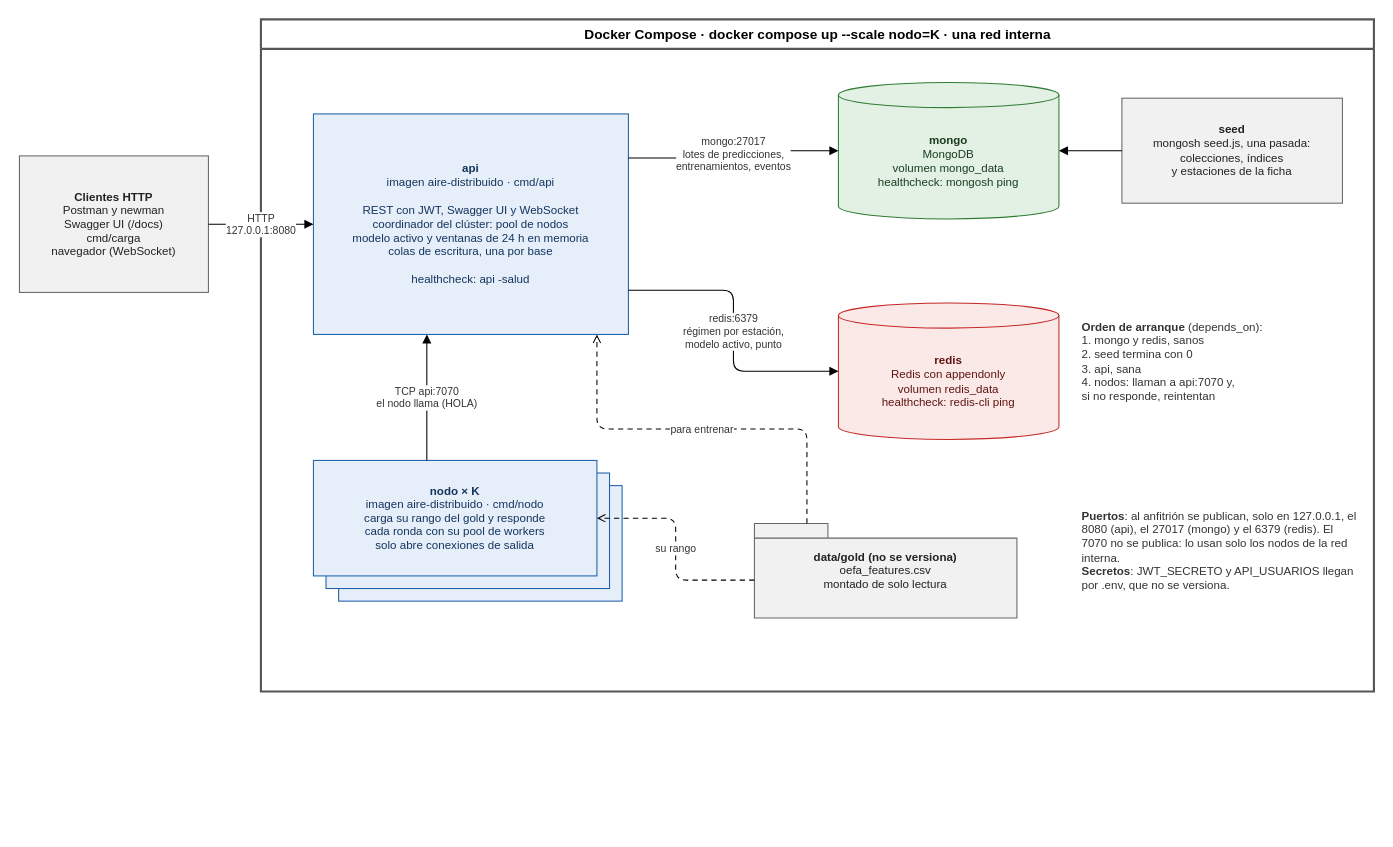
Earlier version of the draw.io diagram docs/diagramas/despliegue.drawio (R0SEWT/aire-distribuido). Source tidied: cells renumbered, new cells numbered last; positions are measured from the earlier drawing's top-left corner, leaving out a move shared by most shapes. Both pictures are drawn from the tidied source at 105%, with x=0, y=0 at pixel (19, 19).
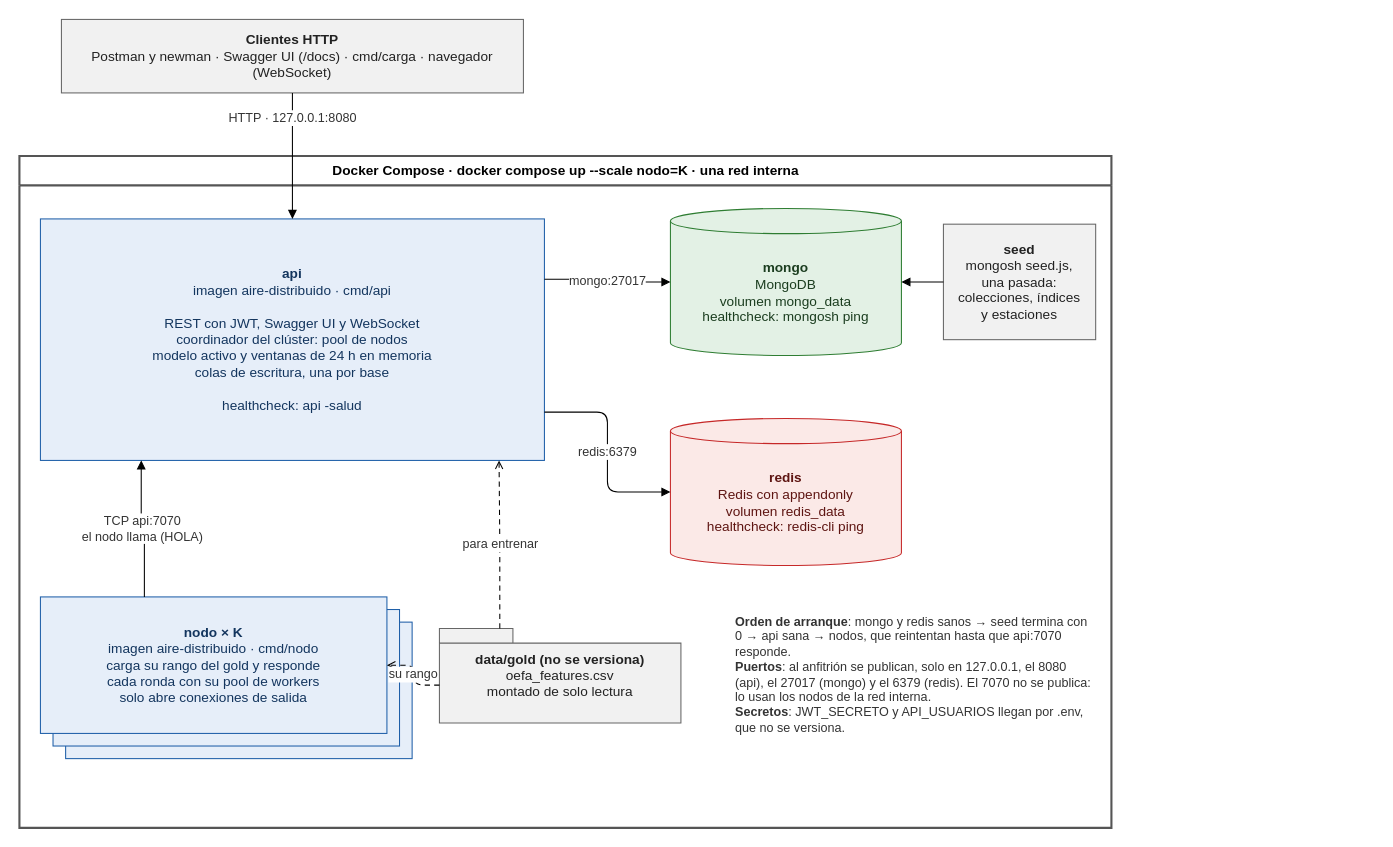
The same page after the edit.

Diff of the diagram source:
```diff
@@
     <mxCell id="2" value="Docker Compose · docker compose up --scale nodo=K · una red interna" style="swimlane;html=1;startSize=28;fontStyle=1;fontSize=13;fillColor=#ffffff;strokeColor=#555555;strokeWidth=2;swimlaneFillColor=#ffffff;" parent="1" vertex="1">
-      <mxGeometry x="230" width="1060" height="640" as="geometry" />
+      <mxGeometry y="130" width="1040" height="640" as="geometry" />
     </mxCell>
-    <mxCell id="3" value="&lt;b&gt;Clientes HTTP&lt;/b&gt;&lt;br&gt;Postman y newman&lt;br&gt;Swagger UI (/docs)&lt;br&gt;cmd/carga&lt;br&gt;navegador (WebSocket)" style="rounded=0;whiteSpace=wrap;html=1;fillColor=#f1f1f1;strokeColor=#666666;fontColor=#222222;fontSize=11;" parent="1" vertex="1">
-      <mxGeometry y="130" width="180" height="130" as="geometry" />
+    <mxCell id="3" value="&lt;b&gt;Clientes HTTP&lt;/b&gt;&lt;br&gt;Postman y newman · Swagger UI (/docs) · cmd/carga · navegador (WebSocket)" style="rounded=0;whiteSpace=wrap;html=1;fillColor=#f1f1f1;strokeColor=#666666;fontColor=#222222;fontSize=13;" parent="1" vertex="1">
+      <mxGeometry x="40" width="440" height="70" as="geometry" />
     </mxCell>
-    <mxCell id="4" value="&lt;b&gt;api&lt;/b&gt;&lt;br&gt;imagen aire-distribuido · cmd/api&lt;br&gt;&lt;br&gt;REST con JWT, Swagger UI y WebSocket&lt;br&gt;coordinador del clúster: pool de nodos&lt;br&gt;modelo activo y ventanas de 24 h en memoria&lt;br&gt;colas de escritura, una por base&lt;br&gt;&lt;br&gt;healthcheck: api -salud" style="rounded=0;whiteSpace=wrap;html=1;fillColor=#e6eef9;strokeColor=#1f5fa8;fontColor=#13355e;fontSize=11;" parent="1" vertex="1">
-      <mxGeometry x="280" y="90" width="300" height="210" as="geometry" />
+    <mxCell id="4" value="&lt;b&gt;api&lt;/b&gt;&lt;br&gt;imagen aire-distribuido · cmd/api&lt;br&gt;&lt;br&gt;REST con JWT, Swagger UI y WebSocket&lt;br&gt;coordinador del clúster: pool de nodos&lt;br&gt;modelo activo y ventanas de 24 h en memoria&lt;br&gt;colas de escritura, una por base&lt;br&gt;&lt;br&gt;healthcheck: api -salud" style="rounded=0;whiteSpace=wrap;html=1;fillColor=#e6eef9;strokeColor=#1f5fa8;fontColor=#13355e;fontSize=13;" parent="1" vertex="1">
+      <mxGeometry x="20" y="190" width="480" height="230" as="geometry" />
     </mxCell>
-    <mxCell id="5" value="&lt;b&gt;&lt;/b&gt;&lt;br&gt;" style="rounded=0;whiteSpace=wrap;html=1;fillColor=#e6eef9;strokeColor=#1f5fa8;fontColor=#13355e;fontSize=11;" parent="1" vertex="1">
-      <mxGeometry x="304" y="444" width="270" height="110" as="geometry" />
+    <mxCell id="5" style="rounded=0;whiteSpace=wrap;html=1;fillColor=#e6eef9;strokeColor=#1f5fa8;fontColor=#13355e;fontSize=13;" parent="1" vertex="1">
+      <mxGeometry x="44" y="574" width="330" height="130" as="geometry" />
     </mxCell>
-    <mxCell id="6" value="&lt;b&gt;&lt;/b&gt;&lt;br&gt;" style="rounded=0;whiteSpace=wrap;html=1;fillColor=#e6eef9;strokeColor=#1f5fa8;fontColor=#13355e;fontSize=11;" parent="1" vertex="1">
-      <mxGeometry x="292" y="432" width="270" height="110" as="geometry" />
+    <mxCell id="6" style="rounded=0;whiteSpace=wrap;html=1;fillColor=#e6eef9;strokeColor=#1f5fa8;fontColor=#13355e;fontSize=13;" parent="1" vertex="1">
+      <mxGeometry x="32" y="562" width="330" height="130" as="geometry" />
     </mxCell>
-    <mxCell id="7" value="&lt;b&gt;nodo × K&lt;/b&gt;&lt;br&gt;imagen aire-distribuido · cmd/nodo&lt;br&gt;carga su rango del gold y responde&lt;br&gt;cada ronda con su pool de workers&lt;br&gt;solo abre conexiones de salida" style="rounded=0;whiteSpace=wrap;html=1;fillColor=#e6eef9;strokeColor=#1f5fa8;fontColor=#13355e;fontSize=11;" parent="1" vertex="1">
-      <mxGeometry x="280" y="420" width="270" height="110" as="geometry" />
+    <mxCell id="7" value="&lt;b&gt;nodo × K&lt;/b&gt;&lt;br&gt;imagen aire-distribuido · cmd/nodo&lt;br&gt;carga su rango del gold y responde&lt;br&gt;cada ronda con su pool de workers&lt;br&gt;solo abre conexiones de salida" style="rounded=0;whiteSpace=wrap;html=1;fillColor=#e6eef9;strokeColor=#1f5fa8;fontColor=#13355e;fontSize=13;" parent="1" vertex="1">
+      <mxGeometry x="20" y="550" width="330" height="130" as="geometry" />
     </mxCell>
-    <mxCell id="8" value="&lt;b&gt;mongo&lt;/b&gt;&lt;br&gt;MongoDB&lt;br&gt;volumen mongo_data&lt;br&gt;healthcheck: mongosh ping" style="shape=cylinder3;boundedLbl=1;backgroundOutline=1;size=12;whiteSpace=wrap;html=1;fillColor=#e3f1e5;strokeColor=#2e7d32;fontColor=#1b3d1f;fontSize=11;" parent="1" vertex="1">
-      <mxGeometry x="780" y="60" width="210" height="130" as="geometry" />
+    <mxCell id="8" value="&lt;b&gt;mongo&lt;/b&gt;&lt;br&gt;MongoDB&lt;br&gt;volumen mongo_data&lt;br&gt;healthcheck: mongosh ping" style="shape=cylinder3;boundedLbl=1;backgroundOutline=1;size=12;whiteSpace=wrap;html=1;fillColor=#e3f1e5;strokeColor=#2e7d32;fontColor=#1b3d1f;fontSize=13;" parent="1" vertex="1">
+      <mxGeometry x="620" y="180" width="220" height="140" as="geometry" />
     </mxCell>
-    <mxCell id="9" value="&lt;b&gt;seed&lt;/b&gt;&lt;br&gt;mongosh seed.js, una pasada:&lt;br&gt;colecciones, índices&lt;br&gt;y estaciones de la ficha" style="rounded=0;whiteSpace=wrap;html=1;fillColor=#f1f1f1;strokeColor=#666666;fontColor=#222222;fontSize=11;" parent="1" vertex="1">
-      <mxGeometry x="1050" y="75" width="210" height="100" as="geometry" />
+    <mxCell id="9" value="&lt;b&gt;seed&lt;/b&gt;&lt;br&gt;mongosh seed.js,&lt;br&gt;una pasada:&lt;br&gt;colecciones, índices&lt;br&gt;y estaciones" style="rounded=0;whiteSpace=wrap;html=1;fillColor=#f1f1f1;strokeColor=#666666;fontColor=#222222;fontSize=13;" parent="1" vertex="1">
+      <mxGeometry x="880" y="195" width="145" height="110" as="geometry" />
     </mxCell>
-    <mxCell id="10" value="&lt;b&gt;redis&lt;/b&gt;&lt;br&gt;Redis con appendonly&lt;br&gt;volumen redis_data&lt;br&gt;healthcheck: redis-cli ping" style="shape=cylinder3;boundedLbl=1;backgroundOutline=1;size=12;whiteSpace=wrap;html=1;fillColor=#fbe9e7;strokeColor=#c62828;fontColor=#5e1512;fontSize=11;" parent="1" vertex="1">
-      <mxGeometry x="780" y="270" width="210" height="130" as="geometry" />
+    <mxCell id="10" value="&lt;b&gt;redis&lt;/b&gt;&lt;br&gt;Redis con appendonly&lt;br&gt;volumen redis_data&lt;br&gt;healthcheck: redis-cli ping" style="shape=cylinder3;boundedLbl=1;backgroundOutline=1;size=12;whiteSpace=wrap;html=1;fillColor=#fbe9e7;strokeColor=#c62828;fontColor=#5e1512;fontSize=13;" parent="1" vertex="1">
+      <mxGeometry x="620" y="380" width="220" height="140" as="geometry" />
     </mxCell>
-    <mxCell id="11" value="&lt;b&gt;data/gold (no se versiona)&lt;/b&gt;&lt;br&gt;oefa_features.csv&lt;br&gt;montado de solo lectura" style="shape=folder;tabWidth=70;tabHeight=14;tabPosition=left;whiteSpace=wrap;html=1;fillColor=#f1f1f1;strokeColor=#666666;fontColor=#222222;fontSize=11;" parent="1" vertex="1">
-      <mxGeometry x="700" y="480" width="250" height="90" as="geometry" />
+    <mxCell id="11" value="&lt;b&gt;data/gold (no se versiona)&lt;/b&gt;&lt;br&gt;oefa_features.csv&lt;br&gt;montado de solo lectura" style="shape=folder;tabWidth=70;tabHeight=14;tabPosition=left;whiteSpace=wrap;html=1;fillColor=#f1f1f1;strokeColor=#666666;fontColor=#222222;fontSize=13;" parent="1" vertex="1">
+      <mxGeometry x="400" y="580" width="230" height="90" as="geometry" />
     </mxCell>
-    <mxCell id="12" value="HTTP&lt;br&gt;127.0.0.1:8080" style="edgeStyle=orthogonalEdgeStyle;rounded=1;html=1;endArrow=block;fontSize=10;fontColor=#333333;labelBackgroundColor=#ffffff;exitX=1;exitY=0.5;entryX=0;entryY=0.5;" parent="1" edge="1" source="3" target="4">
-      <mxGeometry relative="1" as="geometry" />
+    <mxCell id="12" value="HTTP · 127.0.0.1:8080" style="edgeStyle=orthogonalEdgeStyle;rounded=1;html=1;endArrow=block;fontSize=12;fontColor=#333333;labelBackgroundColor=#ffffff;exitX=0.5;exitY=1;entryX=0.5;entryY=0;" parent="1" edge="1" source="3" target="4">
+      <mxGeometry x="-0.6" relative="1" as="geometry" />
     </mxCell>
-    <mxCell id="13" value="TCP api:7070&lt;br&gt;el nodo llama (HOLA)" style="edgeStyle=orthogonalEdgeStyle;rounded=1;html=1;endArrow=block;fontSize=10;fontColor=#333333;labelBackgroundColor=#ffffff;exitX=0.4;exitY=0;entryX=0.36;entryY=1;" parent="1" edge="1" source="7" target="4">
+    <mxCell id="13" value="TCP api:7070&lt;br&gt;el nodo llama (HOLA)" style="edgeStyle=orthogonalEdgeStyle;rounded=1;html=1;endArrow=block;fontSize=12;fontColor=#333333;labelBackgroundColor=#ffffff;exitX=0.3;exitY=0;entryX=0.2;entryY=1;" parent="1" edge="1" source="7" target="4">
       <mxGeometry relative="1" as="geometry" />
     </mxCell>
-    <mxCell id="14" value="mongo:27017&lt;br&gt;lotes de predicciones,&lt;br&gt;entrenamientos, eventos" style="edgeStyle=orthogonalEdgeStyle;rounded=1;html=1;endArrow=block;fontSize=10;fontColor=#333333;labelBackgroundColor=#ffffff;exitX=1;exitY=0.2;entryX=0;entryY=0.5;" parent="1" edge="1" source="4" target="8">
+    <mxCell id="14" value="mongo:27017" style="edgeStyle=orthogonalEdgeStyle;rounded=1;html=1;endArrow=block;fontSize=12;fontColor=#333333;labelBackgroundColor=#ffffff;exitX=1;exitY=0.25;entryX=0;entryY=0.5;" parent="1" edge="1" source="4" target="8">
       <mxGeometry relative="1" as="geometry" />
     </mxCell>
-    <mxCell id="15" value="redis:6379&lt;br&gt;régimen por estación,&lt;br&gt;modelo activo, punto" style="edgeStyle=orthogonalEdgeStyle;rounded=1;html=1;endArrow=block;fontSize=10;fontColor=#333333;labelBackgroundColor=#ffffff;exitX=1;exitY=0.8;entryX=0;entryY=0.5;" parent="1" edge="1" source="4" target="10">
+    <mxCell id="15" value="redis:6379" style="edgeStyle=orthogonalEdgeStyle;rounded=1;html=1;endArrow=block;fontSize=12;fontColor=#333333;labelBackgroundColor=#ffffff;exitX=1;exitY=0.8;entryX=0;entryY=0.5;" parent="1" edge="1" source="4" target="10">
       <mxGeometry relative="1" as="geometry" />
     </mxCell>
-    <mxCell id="16" style="edgeStyle=orthogonalEdgeStyle;rounded=1;html=1;endArrow=block;fontSize=10;fontColor=#333333;labelBackgroundColor=#ffffff;exitX=0;exitY=0.5;entryX=1;entryY=0.5;" parent="1" edge="1" source="9" target="8">
+    <mxCell id="16" style="edgeStyle=orthogonalEdgeStyle;rounded=1;html=1;endArrow=block;fontSize=12;fontColor=#333333;labelBackgroundColor=#ffffff;exitX=0;exitY=0.5;entryX=1;entryY=0.5;" parent="1" edge="1" source="9" target="8">
       <mxGeometry relative="1" as="geometry" />
     </mxCell>
-    <mxCell id="17" value="para entrenar" style="edgeStyle=orthogonalEdgeStyle;rounded=1;html=1;endArrow=block;fontSize=10;fontColor=#333333;labelBackgroundColor=#ffffff;dashed=1;dashPattern=5 4;endArrow=open;exitX=0.2;exitY=0;entryX=0.9;entryY=1;" parent="1" edge="1" source="11" target="4">
+    <mxCell id="17" value="para entrenar" style="edgeStyle=orthogonalEdgeStyle;rounded=1;html=1;endArrow=block;fontSize=12;fontColor=#333333;labelBackgroundColor=#ffffff;dashed=1;dashPattern=5 4;endArrow=open;exitX=0.25;exitY=0;entryX=0.91;entryY=1;" parent="1" edge="1" source="11" target="4">
       <mxGeometry relative="1" as="geometry" />
     </mxCell>
-    <mxCell id="18" value="su rango" style="edgeStyle=orthogonalEdgeStyle;rounded=1;html=1;endArrow=block;fontSize=10;fontColor=#333333;labelBackgroundColor=#ffffff;dashed=1;dashPattern=5 4;endArrow=open;exitX=0;exitY=0.6;entryX=1;entryY=0.5;" parent="1" edge="1" source="11" target="7">
+    <mxCell id="18" value="su rango" style="edgeStyle=orthogonalEdgeStyle;rounded=1;html=1;endArrow=block;fontSize=12;fontColor=#333333;labelBackgroundColor=#ffffff;dashed=1;dashPattern=5 4;endArrow=open;exitX=0;exitY=0.6;entryX=1;entryY=0.5;" parent="1" edge="1" source="11" target="7">
       <mxGeometry relative="1" as="geometry" />
     </mxCell>
-    <mxCell id="19" value="&lt;b&gt;Orden de arranque&lt;/b&gt; (depends_on):&lt;br&gt;1. mongo y redis, sanos&lt;br&gt;2. seed termina con 0&lt;br&gt;3. api, sana&lt;br&gt;4. nodos: llaman a api:7070 y,&lt;br&gt;si no responde, reintentan" style="text;html=1;align=left;verticalAlign=top;whiteSpace=wrap;fontSize=11;fontColor=#333333;" parent="1" vertex="1">
-      <mxGeometry x="1010" y="280" width="260" height="140" as="geometry" />
+    <mxCell id="19" value="&lt;b&gt;Orden de arranque&lt;/b&gt;: mongo y redis sanos → seed termina con 0 → api sana → nodos, que reintentan hasta que api:7070 responde.&lt;br&gt;&lt;b&gt;Puertos&lt;/b&gt;: al anfitrión se publican, solo en 127.0.0.1, el 8080 (api), el 27017 (mongo) y el 6379 (redis). El 7070 no se publica: lo usan los nodos de la red interna.&lt;br&gt;&lt;b&gt;Secretos&lt;/b&gt;: JWT_SECRETO y API_USUARIOS llegan por .env, que no se versiona." style="text;html=1;align=left;verticalAlign=top;whiteSpace=wrap;fontSize=12;fontColor=#333333;" parent="1" vertex="1">
+      <mxGeometry x="680" y="560" width="345" height="200" as="geometry" />
     </mxCell>
-    <mxCell id="20" value="&lt;b&gt;Puertos&lt;/b&gt;: al anfitrión se publican, solo en 127.0.0.1, el 8080 (api), el 27017 (mongo) y el 6379 (redis). El 7070 no se publica: lo usan solo los nodos de la red interna.&lt;br&gt;&lt;b&gt;Secretos&lt;/b&gt;: JWT_SECRETO y API_USUARIOS llegan por .env, que no se versiona." style="text;html=1;align=left;verticalAlign=top;whiteSpace=wrap;fontSize=11;fontColor=#333333;" parent="1" vertex="1">
-      <mxGeometry x="1010" y="460" width="265" height="150" as="geometry" />
-    </mxCell>
```
